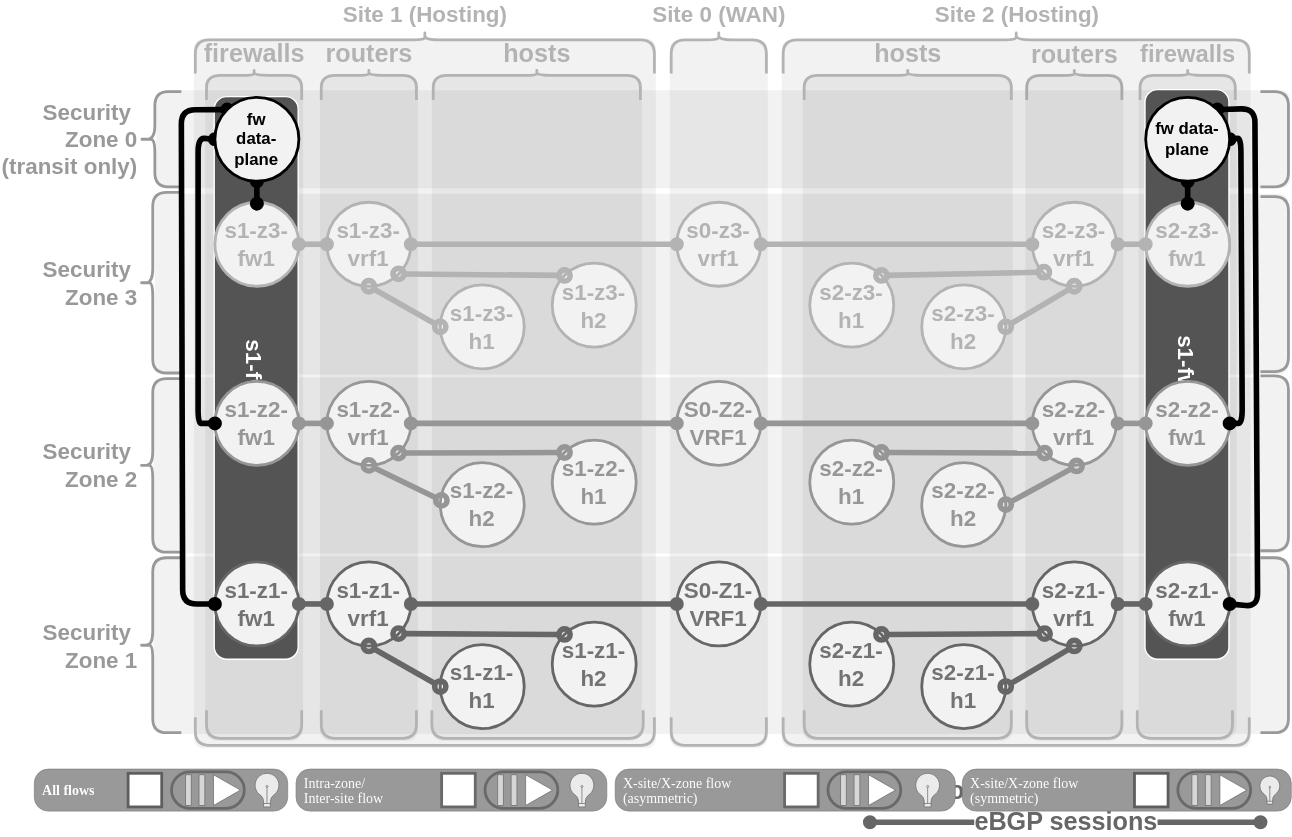
The draw.io diagram pages/1/3(ecmp-symmetric)/framework-transitzone-2.drawio.svg in menckend/alpha, before a commit. Source tidied: cells renumbered, new cells last; positions are measured from the earlier drawing's top-left corner, leaving out a move shared by most shapes.
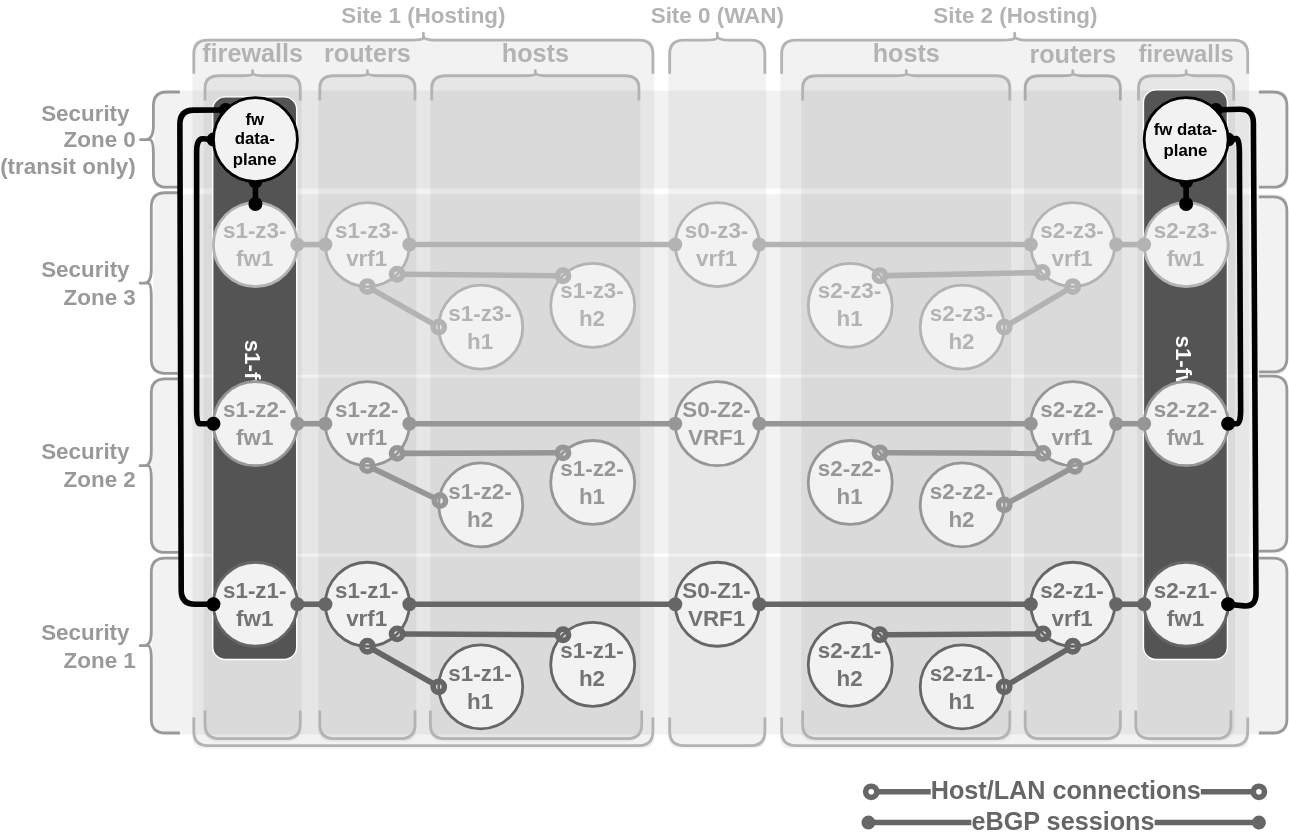
The same diagram one commit later.

What changed in the source:
```diff
@@ -366,86 +366,5 @@
     <mxCell id="109" style="shape=curlyBracket;whiteSpace=wrap;html=1;rounded=1;labelPosition=left;verticalLabelPosition=middle;align=right;verticalAlign=middle;rotation=0;strokeWidth=2;strokeColor=#999999;direction=west;size=0;fontSize=18;fontStyle=1;fontColor=#666666;" parent="1" vertex="1">
       <mxGeometry x="919" y="43" width="20" height="68" as="geometry" />
     </mxCell>
-    <mxCell id="110" value="interactivecontrols" parent="0" />
-    <mxCell id="111" value="All flows" style="fillColor=#999999;strokeColor=#7D7D7D;rounded=1;arcSize=33;sketch=0;hachureGap=4;fontFamily=Lucida Console;fontSize=10;fontColor=#FFFFFF;spacingBottom=0;align=left;spacingLeft=6;strokeWidth=0.5;shadow=0;flowAnimation=0;fontStyle=1;shadowBlur=5;shadowColor=#FFFF00;shadowOpacity=100;shadowOffsetY=1;shadowOffsetX=1;spacing=0;" parent="110" vertex="1">
-      <mxGeometry x="43" y="527" width="181" height="30" as="geometry" />
-    </mxCell>
-    <mxCell id="112" style="whiteSpace=wrap;html=1;fontSize=20;fontFamily=Architects Daughter;fillColor=#ffffff;strokeColor=#5E5E5E;sketch=0;hachureGap=4;fontSource=https%3A%2F%2Ffonts.googleapis.com%2Fcss%3Ffamily%3DArchitects%2BDaughter;flowAnimation=0;strokeWidth=2;" parent="111" vertex="1">
-      <mxGeometry x="1" y="0.5" width="24" height="24" relative="1" as="geometry">
-        <mxPoint x="-114" y="-12" as="offset" />
-      </mxGeometry>
-    </mxCell>
-    <mxCell id="113" style="html=1;verticalLabelPosition=bottom;align=center;labelBackgroundColor=#ffffff;verticalAlign=top;strokeWidth=0.5;strokeColor=#666666;shadow=0;dashed=0;shape=mxgraph.ios7.icons.lightbulb;fillColor=#EBEBEB;shadowBlur=5;shadowColor=#FFFF00;shadowOpacity=100;shadowOffsetY=1;shadowOffsetX=1;flowAnimation=0;" parent="111" vertex="1">
-      <mxGeometry x="157" y="3" width="18.4" height="24" as="geometry" />
-    </mxCell>
-    <mxCell id="114" style="rounded=1;whiteSpace=wrap;html=1;strokeWidth=2;arcSize=50;strokeColor=#696969;fillColor=none;" parent="111" vertex="1">
-      <mxGeometry x="98" y="2" width="52" height="26" as="geometry" />
-    </mxCell>
-    <mxCell id="115" style="html=1;verticalLabelPosition=bottom;align=center;labelBackgroundColor=#ffffff;verticalAlign=top;strokeWidth=0.5;strokeColor=#666666;shadow=0;dashed=0;shape=mxgraph.ios7.icons.play;fillColor=#FFFFFF;flowAnimation=0;fontColor=#FFFFFF;lineColor=#D6D6D6;" parent="111" vertex="1">
-      <mxGeometry x="128" y="4" width="19.3" height="22" as="geometry" />
-    </mxCell>
-    <mxCell id="116" style="html=1;verticalLabelPosition=bottom;align=center;labelBackgroundColor=#ffffff;verticalAlign=top;strokeWidth=0.5;strokeColor=#666666;shadow=0;dashed=0;shape=mxgraph.ios7.icons.pause;fillColor=#D6D6D6;flowAnimation=0;" parent="111" vertex="1">
-      <mxGeometry x="108" y="4" width="13.8" height="22" as="geometry" />
-    </mxCell>
-    <mxCell id="117" value="Intra-zone/&lt;div style=&quot;line-height: 100%; font-size: 10px;&quot;&gt;Inter-site flow&lt;/div&gt;" style="fillColor=#999999;strokeColor=#7D7D7D;rounded=1;arcSize=33;sketch=0;hachureGap=4;fontFamily=Lucida Console;fontSize=10;fontColor=#FFFFFF;spacingBottom=0;align=left;spacingLeft=6;strokeWidth=0.5;shadow=0;flowAnimation=0;fontStyle=0;shadowBlur=5;shadowColor=#FFFF00;shadowOpacity=100;shadowOffsetY=1;shadowOffsetX=1;html=1;verticalAlign=middle;spacingTop=0;spacing=0;" parent="110" vertex="1">
-      <mxGeometry x="230" y="527" width="222" height="30" as="geometry" />
-    </mxCell>
-    <mxCell id="118" style="rounded=1;whiteSpace=wrap;html=1;strokeWidth=2;arcSize=50;strokeColor=#696969;fillColor=none;" parent="117" vertex="1">
-      <mxGeometry x="135" y="2" width="52" height="26" as="geometry" />
-    </mxCell>
-    <mxCell id="119" style="whiteSpace=wrap;html=1;fontSize=20;fontFamily=Architects Daughter;fillColor=#ffffff;strokeColor=#696969;sketch=0;hachureGap=4;fontSource=https%3A%2F%2Ffonts.googleapis.com%2Fcss%3Ffamily%3DArchitects%2BDaughter;flowAnimation=0;strokeWidth=2;" parent="117" vertex="1">
-      <mxGeometry x="1" y="0.5" width="24" height="24" relative="1" as="geometry">
-        <mxPoint x="-118" y="-12" as="offset" />
-      </mxGeometry>
-    </mxCell>
-    <mxCell id="120" style="html=1;verticalLabelPosition=bottom;align=center;labelBackgroundColor=#ffffff;verticalAlign=top;strokeWidth=0.5;strokeColor=#666666;shadow=0;dashed=0;shape=mxgraph.ios7.icons.play;fillColor=#FFFFFF;flowAnimation=0;fontColor=#FFFFFF;lineColor=#D6D6D6;" parent="117" vertex="1">
-      <mxGeometry x="164" y="4" width="19.3" height="22" as="geometry" />
-    </mxCell>
-    <mxCell id="121" style="html=1;verticalLabelPosition=bottom;align=center;labelBackgroundColor=#ffffff;verticalAlign=top;strokeWidth=0.5;strokeColor=#666666;shadow=0;dashed=0;shape=mxgraph.ios7.icons.pause;fillColor=#D6D6D6;flowAnimation=0;" parent="117" vertex="1">
-      <mxGeometry x="144" y="4" width="13.8" height="22" as="geometry" />
-    </mxCell>
-    <mxCell id="122" style="html=1;verticalLabelPosition=bottom;align=center;labelBackgroundColor=#ffffff;verticalAlign=top;strokeWidth=0.5;strokeColor=#666666;shadow=0;dashed=0;shape=mxgraph.ios7.icons.lightbulb;fillColor=#EBEBEB;shadowBlur=5;shadowColor=#66FF66;shadowOpacity=100;shadowOffsetY=1;shadowOffsetX=1;flowAnimation=0;" parent="117" vertex="1">
-      <mxGeometry x="195" y="3" width="18.4" height="24" as="geometry" />
-    </mxCell>
-    <mxCell id="123" value="X-site/X-zone flow&lt;div style=&quot;line-height: 100%;&quot;&gt;(asymmetric)&lt;/div&gt;" style="fillColor=#999999;strokeColor=#7D7D7D;rounded=1;arcSize=33;sketch=0;hachureGap=4;fontFamily=Lucida Console;fontSize=10;fontColor=#FFFFFF;spacingBottom=0;align=left;spacingLeft=6;strokeWidth=0.5;shadow=0;flowAnimation=0;fontStyle=0;shadowBlur=5;shadowColor=#FFFF00;shadowOpacity=100;shadowOffsetY=1;shadowOffsetX=1;html=1;verticalAlign=middle;spacingTop=0;spacing=0;" parent="110" vertex="1">
-      <mxGeometry x="458" y="527" width="243" height="30" as="geometry" />
-    </mxCell>
-    <mxCell id="124" style="rounded=1;whiteSpace=wrap;html=1;strokeWidth=2;arcSize=50;strokeColor=#696969;fillColor=none;" parent="123" vertex="1">
-      <mxGeometry x="152" y="2" width="52" height="26" as="geometry" />
-    </mxCell>
-    <mxCell id="125" style="whiteSpace=wrap;html=1;fontSize=20;fontFamily=Architects Daughter;fillColor=#ffffff;strokeColor=#696969;sketch=0;hachureGap=4;fontSource=https%3A%2F%2Ffonts.googleapis.com%2Fcss%3Ffamily%3DArchitects%2BDaughter;flowAnimation=0;strokeWidth=2;" parent="123" vertex="1">
-      <mxGeometry x="1" y="0.5" width="24" height="24" relative="1" as="geometry">
-        <mxPoint x="-122" y="-12" as="offset" />
-      </mxGeometry>
-    </mxCell>
-    <mxCell id="126" style="html=1;verticalLabelPosition=bottom;align=center;labelBackgroundColor=#ffffff;verticalAlign=top;strokeWidth=0.5;strokeColor=#666666;shadow=0;dashed=0;shape=mxgraph.ios7.icons.play;fillColor=#FFFFFF;flowAnimation=0;fontColor=#FFFFFF;lineColor=#D6D6D6;" parent="123" vertex="1">
-      <mxGeometry x="181" y="4" width="19.3" height="22" as="geometry" />
-    </mxCell>
-    <mxCell id="127" style="html=1;verticalLabelPosition=bottom;align=center;labelBackgroundColor=#ffffff;verticalAlign=top;strokeWidth=0.5;strokeColor=#666666;shadow=0;dashed=0;shape=mxgraph.ios7.icons.pause;fillColor=#D6D6D6;flowAnimation=0;" parent="123" vertex="1">
-      <mxGeometry x="161" y="4" width="13.8" height="22" as="geometry" />
-    </mxCell>
-    <mxCell id="128" style="html=1;verticalLabelPosition=bottom;align=center;labelBackgroundColor=#ffffff;verticalAlign=top;strokeWidth=0.5;strokeColor=#666666;shadow=0;dashed=0;shape=mxgraph.ios7.icons.lightbulb;fillColor=#EBEBEB;shadowBlur=5;shadowColor=#CC0066;shadowOpacity=100;shadowOffsetY=1;shadowOffsetX=1;flowAnimation=0;" parent="123" vertex="1">
-      <mxGeometry x="214" y="3" width="18.4" height="24" as="geometry" />
-    </mxCell>
-    <mxCell id="129" value="X-site/X-zone flow&lt;div style=&quot;line-height: 100%;&quot;&gt;(symmetric)&lt;/div&gt;" style="fillColor=#999999;strokeColor=#7D7D7D;rounded=1;arcSize=33;sketch=0;hachureGap=4;fontFamily=Lucida Console;fontSize=10;fontColor=#FFFFFF;spacingBottom=0;align=left;spacingLeft=6;strokeWidth=0.5;shadow=0;flowAnimation=0;fontStyle=0;shadowBlur=5;shadowColor=#FFFF00;shadowOpacity=100;shadowOffsetY=1;shadowOffsetX=1;html=1;verticalAlign=middle;spacingTop=0;spacing=0;" parent="110" vertex="1">
-      <mxGeometry x="706" y="527" width="235" height="30" as="geometry" />
-    </mxCell>
-    <mxCell id="130" style="rounded=1;whiteSpace=wrap;html=1;strokeWidth=2;arcSize=50;strokeColor=#696969;fillColor=none;" parent="129" vertex="1">
-      <mxGeometry x="154" y="2" width="52" height="26" as="geometry" />
-    </mxCell>
-    <mxCell id="131" style="whiteSpace=wrap;html=1;fontSize=20;fontFamily=Architects Daughter;fillColor=#ffffff;strokeColor=#5E5E5E;sketch=0;hachureGap=4;fontSource=https%3A%2F%2Ffonts.googleapis.com%2Fcss%3Ffamily%3DArchitects%2BDaughter;flowAnimation=0;strokeWidth=2;" parent="129" vertex="1">
-      <mxGeometry x="1" y="0.5" width="24" height="24" relative="1" as="geometry">
-        <mxPoint x="-112" y="-12" as="offset" />
-      </mxGeometry>
-    </mxCell>
-    <mxCell id="132" style="html=1;verticalLabelPosition=bottom;align=center;labelBackgroundColor=#ffffff;verticalAlign=top;strokeWidth=0.5;strokeColor=#666666;shadow=0;dashed=0;shape=mxgraph.ios7.icons.play;fillColor=#FFFFFF;flowAnimation=0;fontColor=#FFFFFF;lineColor=#D6D6D6;" parent="129" vertex="1">
-      <mxGeometry x="184" y="4" width="19.3" height="22" as="geometry" />
-    </mxCell>
-    <mxCell id="133" style="html=1;verticalLabelPosition=bottom;align=center;labelBackgroundColor=#ffffff;verticalAlign=top;strokeWidth=0.5;strokeColor=#666666;shadow=0;dashed=0;shape=mxgraph.ios7.icons.pause;fillColor=#D6D6D6;flowAnimation=0;" parent="129" vertex="1">
-      <mxGeometry x="164" y="4" width="13.8" height="22" as="geometry" />
-    </mxCell>
-    <mxCell id="134" style="html=1;verticalLabelPosition=bottom;align=center;labelBackgroundColor=#ffffff;verticalAlign=top;strokeWidth=0.5;strokeColor=#666666;shadow=0;dashed=0;shape=mxgraph.ios7.icons.lightbulb;fillColor=#EBEBEB;shadowBlur=5;shadowColor=#00FFFF;shadowOpacity=100;shadowOffsetY=1;shadowOffsetX=1;flowAnimation=0;" parent="129" vertex="1">
-      <mxGeometry x="212" y="5" width="15.4" height="20" as="geometry" />
-    </mxCell>
   </root>
 </mxGraphModel>
```
